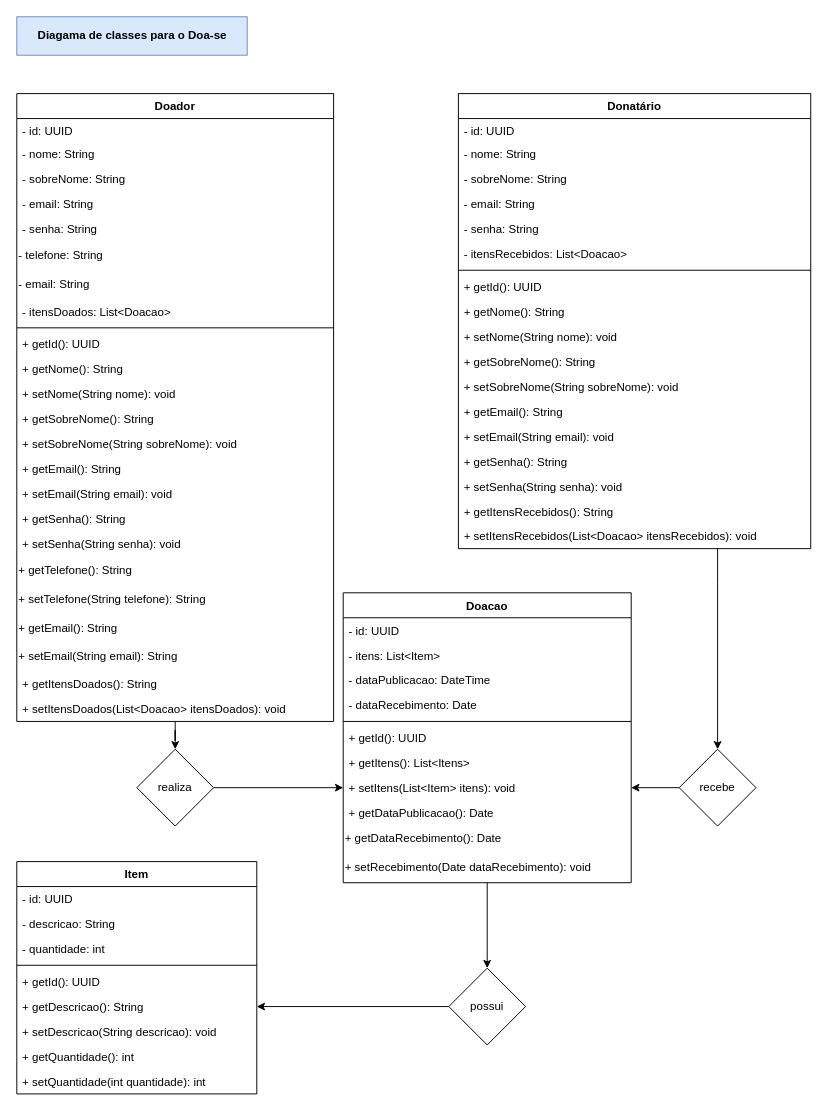
The draw.io diagram DiagramaProjetoIntegrador2.drawio in boirods/API_Projeto_Integrador_II_UNIVESP, before the edit. Source tidied: cells renumbered, new cells numbered last; positions are measured from the earlier drawing's top-left corner, leaving out a move shared by most shapes. Both pictures are drawn from the tidied source at 96%, with x=0, y=0 at pixel (16, 16).
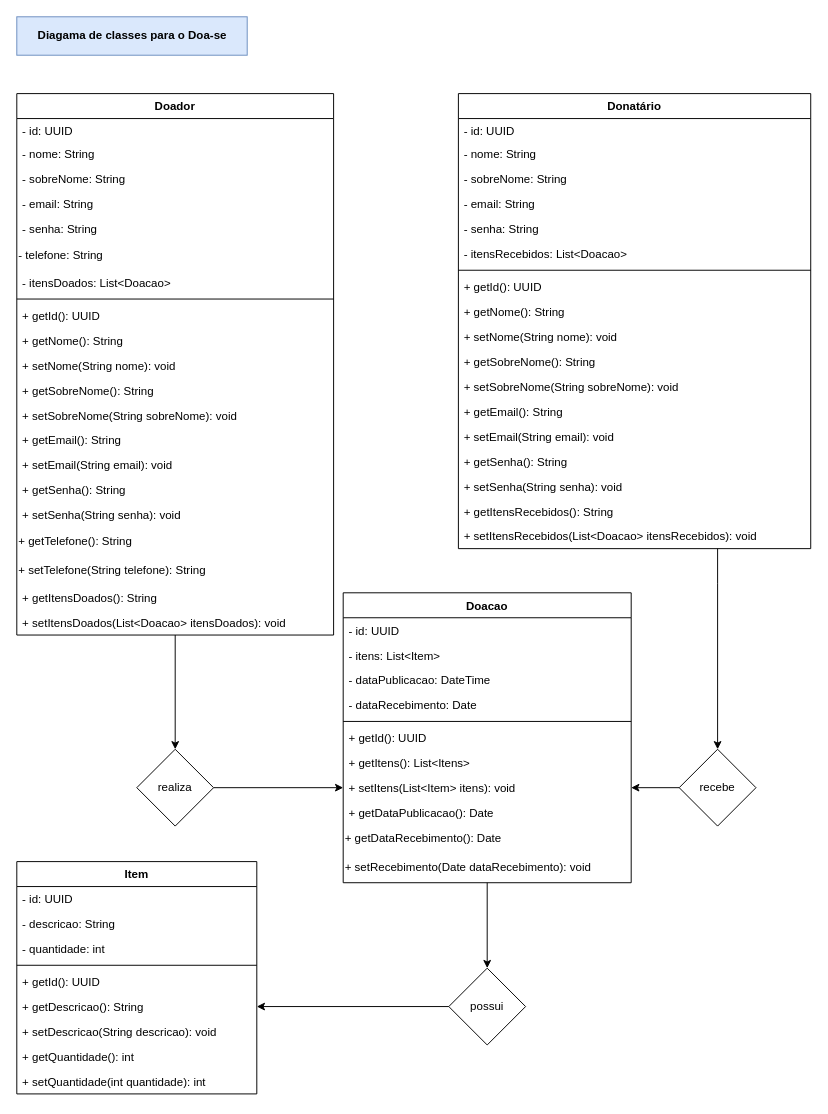
Above is the later version.

Change to the diagram source:
```diff
@@
     <mxCell id="4" value="Doador" style="swimlane;fontStyle=1;align=center;verticalAlign=top;horizontal=1;startSize=26;" parent="1" vertex="1">
-      <mxGeometry y="80" width="330" height="654" as="geometry" />
+      <mxGeometry y="80" width="330" height="564" as="geometry" />
     </mxCell>
@@
-    <mxCell id="11" value="&lt;div&gt;- email: String&lt;br&gt;&lt;/div&gt;" style="text;html=1;strokeColor=none;fillColor=none;align=left;verticalAlign=middle;whiteSpace=wrap;rounded=0;" parent="4" vertex="1">
-      <mxGeometry y="184" width="330" height="30" as="geometry" />
-    </mxCell>
     <mxCell id="12" value="- itensDoados: List&lt;Doacao&gt;" style="text;strokeColor=none;fillColor=none;align=left;verticalAlign=top;spacingLeft=4;spacingRight=4;overflow=hidden;" parent="4" vertex="1">
-      <mxGeometry y="214" width="330" height="26" as="geometry" />
+      <mxGeometry y="184" width="330" height="26" as="geometry" />
     </mxCell>
     <mxCell id="13" style="line;strokeWidth=1;fillColor=none;align=left;verticalAlign=middle;spacingTop=-1;spacingLeft=3;spacingRight=3;labelPosition=right;" parent="4" vertex="1">
-      <mxGeometry y="240" width="330" height="8" as="geometry" />
+      <mxGeometry y="210" width="330" height="8" as="geometry" />
     </mxCell>
     <mxCell id="14" value="+ getId(): UUID" style="text;strokeColor=none;fillColor=none;align=left;verticalAlign=top;spacingLeft=4;spacingRight=4;overflow=hidden;" parent="4" vertex="1">
-      <mxGeometry y="248" width="330" height="26" as="geometry" />
+      <mxGeometry y="218" width="330" height="26" as="geometry" />
     </mxCell>
     <mxCell id="15" value="+ getNome(): String" style="text;strokeColor=none;fillColor=none;align=left;verticalAlign=top;spacingLeft=4;spacingRight=4;overflow=hidden;" parent="4" vertex="1">
-      <mxGeometry y="274" width="330" height="26" as="geometry" />
+      <mxGeometry y="244" width="330" height="26" as="geometry" />
     </mxCell>
     <mxCell id="16" value="+ setNome(String nome): void" style="text;strokeColor=none;fillColor=none;align=left;verticalAlign=top;spacingLeft=4;spacingRight=4;overflow=hidden;" parent="4" vertex="1">
-      <mxGeometry y="300" width="330" height="26" as="geometry" />
+      <mxGeometry y="270" width="330" height="26" as="geometry" />
     </mxCell>
     <mxCell id="17" value="+ getSobreNome(): String" style="text;strokeColor=none;fillColor=none;align=left;verticalAlign=top;spacingLeft=4;spacingRight=4;overflow=hidden;" parent="4" vertex="1">
-      <mxGeometry y="326" width="330" height="26" as="geometry" />
+      <mxGeometry y="296" width="330" height="26" as="geometry" />
     </mxCell>
     <mxCell id="18" value="+ setSobreNome(String sobreNome): void" style="text;strokeColor=none;fillColor=none;align=left;verticalAlign=top;spacingLeft=4;spacingRight=4;overflow=hidden;" parent="4" vertex="1">
-      <mxGeometry y="352" width="330" height="26" as="geometry" />
+      <mxGeometry y="322" width="330" height="26" as="geometry" />
     </mxCell>
     <mxCell id="19" value="+ getEmail(): String" style="text;strokeColor=none;fillColor=none;align=left;verticalAlign=top;spacingLeft=4;spacingRight=4;overflow=hidden;" parent="4" vertex="1">
-      <mxGeometry y="378" width="330" height="26" as="geometry" />
+      <mxGeometry y="348" width="330" height="26" as="geometry" />
     </mxCell>
     <mxCell id="20" value="+ setEmail(String email): void" style="text;strokeColor=none;fillColor=none;align=left;verticalAlign=top;spacingLeft=4;spacingRight=4;overflow=hidden;" parent="4" vertex="1">
-      <mxGeometry y="404" width="330" height="26" as="geometry" />
+      <mxGeometry y="374" width="330" height="26" as="geometry" />
     </mxCell>
     <mxCell id="21" value="+ getSenha(): String" style="text;strokeColor=none;fillColor=none;align=left;verticalAlign=top;spacingLeft=4;spacingRight=4;overflow=hidden;" parent="4" vertex="1">
-      <mxGeometry y="430" width="330" height="26" as="geometry" />
+      <mxGeometry y="400" width="330" height="26" as="geometry" />
     </mxCell>
     <mxCell id="22" value="+ setSenha(String senha): void" style="text;strokeColor=none;fillColor=none;align=left;verticalAlign=top;spacingLeft=4;spacingRight=4;overflow=hidden;" parent="4" vertex="1">
-      <mxGeometry y="456" width="330" height="26" as="geometry" />
+      <mxGeometry y="426" width="330" height="26" as="geometry" />
     </mxCell>
     <mxCell id="23" value="&lt;div align=&quot;left&quot;&gt;+ getTelefone(): String&lt;/div&gt;" style="text;html=1;strokeColor=none;fillColor=none;align=left;verticalAlign=middle;whiteSpace=wrap;rounded=0;" parent="4" vertex="1">
-      <mxGeometry y="482" width="330" height="30" as="geometry" />
+      <mxGeometry y="452" width="330" height="30" as="geometry" />
     </mxCell>
     <mxCell id="24" value="&lt;div align=&quot;left&quot;&gt;+ setTelefone(String telefone): String&lt;/div&gt;" style="text;html=1;strokeColor=none;fillColor=none;align=left;verticalAlign=middle;whiteSpace=wrap;rounded=0;" parent="4" vertex="1">
-      <mxGeometry y="512" width="330" height="30" as="geometry" />
+      <mxGeometry y="482" width="330" height="30" as="geometry" />
     </mxCell>
-    <mxCell id="25" value="&lt;div align=&quot;left&quot;&gt;+ getEmail(): String&lt;/div&gt;" style="text;html=1;strokeColor=none;fillColor=none;align=left;verticalAlign=middle;whiteSpace=wrap;rounded=0;" parent="4" vertex="1">
-      <mxGeometry y="542" width="330" height="30" as="geometry" />
-    </mxCell>
-    <mxCell id="26" value="&lt;div align=&quot;left&quot;&gt;+ setEmail(String email): String&lt;/div&gt;" style="text;html=1;strokeColor=none;fillColor=none;align=left;verticalAlign=middle;whiteSpace=wrap;rounded=0;" parent="4" vertex="1">
-      <mxGeometry y="572" width="330" height="30" as="geometry" />
-    </mxCell>
     <mxCell id="27" value="+ getItensDoados(): String" style="text;strokeColor=none;fillColor=none;align=left;verticalAlign=top;spacingLeft=4;spacingRight=4;overflow=hidden;" parent="4" vertex="1">
-      <mxGeometry y="602" width="330" height="26" as="geometry" />
+      <mxGeometry y="512" width="330" height="26" as="geometry" />
     </mxCell>
     <mxCell id="28" value="+ setItensDoados(List&lt;Doacao&gt; itensDoados): void" style="text;strokeColor=none;fillColor=none;align=left;verticalAlign=top;spacingLeft=4;spacingRight=4;overflow=hidden;" parent="4" vertex="1">
-      <mxGeometry y="628" width="330" height="26" as="geometry" />
+      <mxGeometry y="538" width="330" height="26" as="geometry" />
     </mxCell>
```
